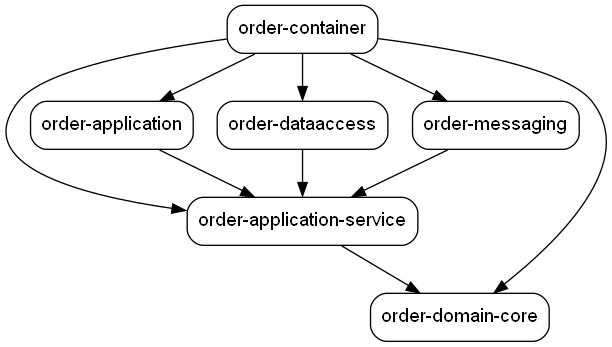
Earlier version of the Graphviz export target/dependency-graph.png (sandrolivino/ordering-food-system). Its source is kept beside it as target/dependency-graph.dot.
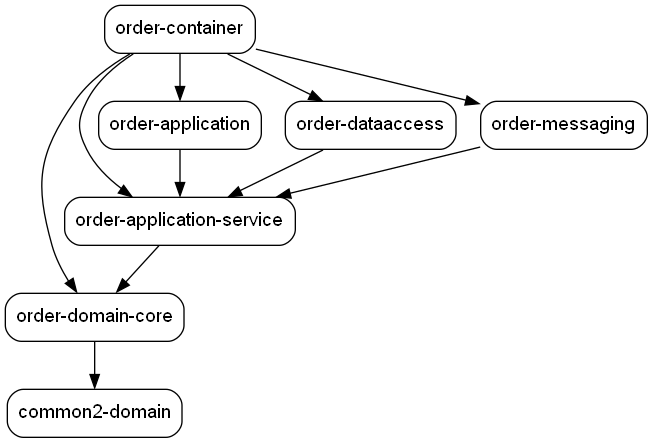
The same file after the commit.

What changed in the source:
```diff
@@ -1,14 +1,16 @@
-digraph "food-ordering-system2" {
+digraph "food-ordering-system" {
   node [shape="box",style="rounded",fontname="Helvetica",fontsize="14"]
   edge [fontsize="10",fontname="Helvetica"]
 
+  "com.food.ordering.system:order-domain-core:jar:compile"[label=<order-domain-core>]
+  "com.food.ordering.system:common2-domain:jar:compile"[label=<common2-domain>]
   "com.food.ordering.system:order-application-service:jar:compile"[label=<order-application-service>]
-  "com.food.ordering.system:order-domain-core:jar:compile"[label=<order-domain-core>]
   "com.food.ordering.system:order-application:jar:compile"[label=<order-application>]
   "com.food.ordering.system:order-dataaccess:jar:compile"[label=<order-dataaccess>]
   "com.food.ordering.system:order-messaging:jar:compile"[label=<order-messaging>]
   "com.food.ordering.system:order-container:jar:compile"[label=<order-container>]
 
+  "com.food.ordering.system:order-domain-core:jar:compile" -> "com.food.ordering.system:common2-domain:jar:compile"
   "com.food.ordering.system:order-application-service:jar:compile" -> "com.food.ordering.system:order-domain-core:jar:compile"
   "com.food.ordering.system:order-application:jar:compile" -> "com.food.ordering.system:order-application-service:jar:compile"
   "com.food.ordering.system:order-dataaccess:jar:compile" -> "com.food.ordering.system:order-application-service:jar:compile"
```
